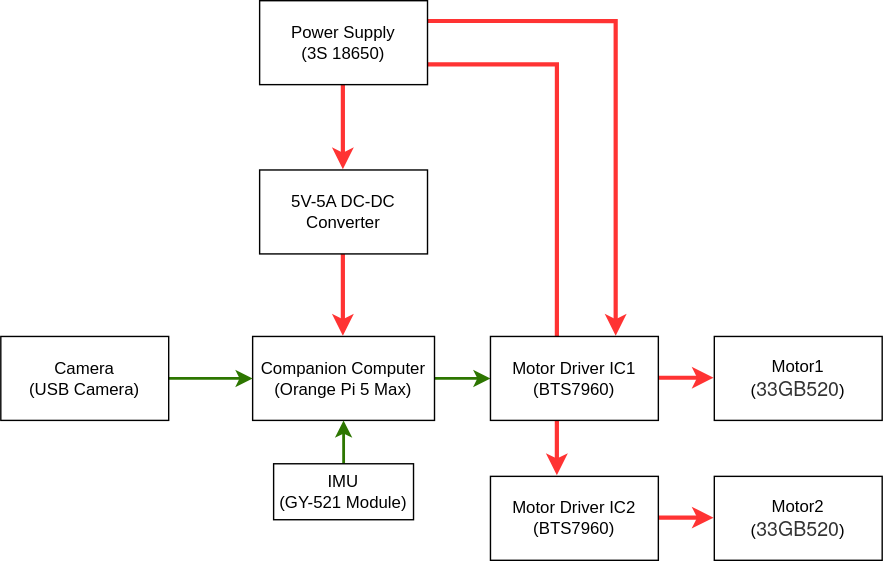
The draw.io diagram diagrams/block_diagram.svg in filelele/autonomous-rover, before a commit. Source tidied: cells renumbered, new cells last; positions are measured from the earlier drawing's top-left corner, leaving out a move shared by most shapes.
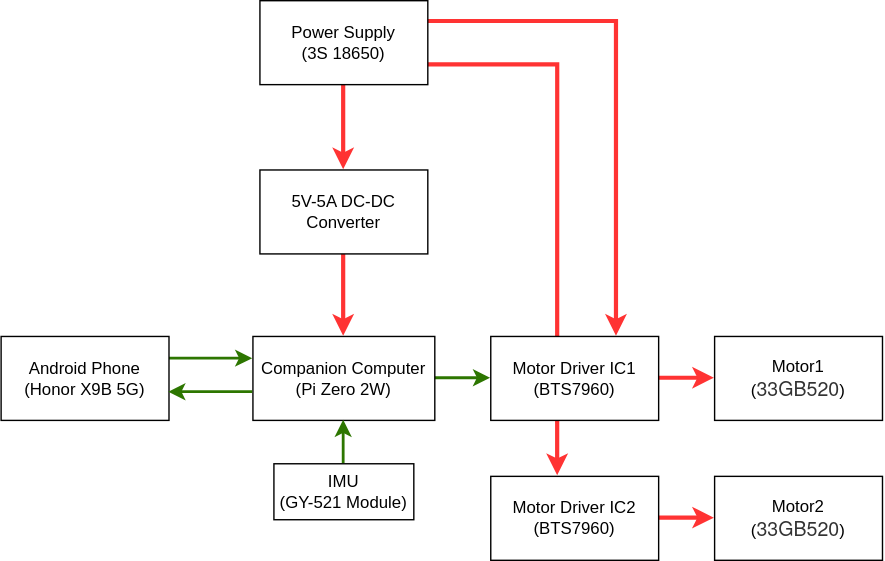
After the commit.

Commit message:
Hardware: Change to left-over Rasberry Pi Zero2w since my Orange Pi 5 Max is fried by my stupidity

What changed in the source:
```diff
@@ -20,13 +20,16 @@
     <mxCell id="6" style="edgeStyle=orthogonalEdgeStyle;rounded=0;jettySize=auto;html=1;entryX=0;entryY=0.5;entryDx=0;entryDy=0;fillColor=#60a917;strokeColor=#2D7600;strokeWidth=2;" parent="1" edge="1" source="7" target="11">
       <mxGeometry relative="1" as="geometry" />
     </mxCell>
-    <mxCell id="7" value="Companion Computer&lt;div&gt;(Orange Pi 5 Max)&lt;/div&gt;" style="rounded=0;whiteSpace=wrap;html=1;" parent="1" vertex="1">
+    <mxCell id="7" value="Companion Computer&lt;div&gt;(Pi Zero 2W)&lt;/div&gt;" style="rounded=0;whiteSpace=wrap;html=1;" parent="1" vertex="1">
       <mxGeometry x="180" y="240" width="130" height="60" as="geometry" />
     </mxCell>
-    <mxCell id="8" style="edgeStyle=orthogonalEdgeStyle;rounded=0;jettySize=auto;html=1;entryX=0;entryY=0.5;entryDx=0;entryDy=0;fillColor=#60a917;strokeColor=#2D7600;strokeWidth=2;" parent="1" edge="1" source="9" target="7">
-      <mxGeometry relative="1" as="geometry" />
+    <mxCell id="8" style="edgeStyle=orthogonalEdgeStyle;rounded=0;orthogonalLoop=1;jettySize=auto;html=1;entryX=0;entryY=0.5;entryDx=0;entryDy=0;fillColor=#60a917;strokeColor=#2D7600;strokeWidth=2;" parent="1" edge="1">
+      <mxGeometry relative="1" as="geometry">
+        <mxPoint x="120" y="256" as="sourcePoint" />
+        <mxPoint x="180" y="256" as="targetPoint" />
+      </mxGeometry>
     </mxCell>
-    <mxCell id="9" value="Camera&lt;div&gt;(USB Camera)&lt;/div&gt;" style="rounded=0;whiteSpace=wrap;html=1;" parent="1" vertex="1">
+    <mxCell id="9" value="Android Phone&lt;div&gt;(Honor X9B 5G)&lt;/div&gt;" style="rounded=0;whiteSpace=wrap;html=1;" parent="1" vertex="1">
       <mxGeometry y="240" width="120" height="60" as="geometry" />
     </mxCell>
     <mxCell id="10" style="edgeStyle=orthogonalEdgeStyle;rounded=0;jettySize=auto;html=1;entryX=0;entryY=0.5;entryDx=0;entryDy=0;fillColor=#60a917;strokeColor=#FF3333;strokeWidth=3;" parent="1" edge="1" source="11" target="12">
@@ -59,5 +62,11 @@
     <mxCell id="19" value="IMU&lt;div&gt;(GY-521 Module&lt;span style=&quot;background-color: transparent; color: light-dark(rgb(0, 0, 0), rgb(255, 255, 255));&quot;&gt;)&lt;/span&gt;&lt;/div&gt;" style="rounded=0;whiteSpace=wrap;html=1;" parent="1" vertex="1">
       <mxGeometry x="195" y="331" width="100" height="40" as="geometry" />
     </mxCell>
+    <mxCell id="20" style="edgeStyle=orthogonalEdgeStyle;rounded=0;orthogonalLoop=1;jettySize=auto;html=1;entryX=0;entryY=0.5;entryDx=0;entryDy=0;fillColor=#60a917;strokeColor=#2D7600;strokeWidth=2;" parent="1" edge="1">
+      <mxGeometry relative="1" as="geometry">
+        <mxPoint x="180" y="280" as="sourcePoint" />
+        <mxPoint x="120" y="280" as="targetPoint" />
+      </mxGeometry>
+    </mxCell>
   </root>
 </mxGraphModel>
```
